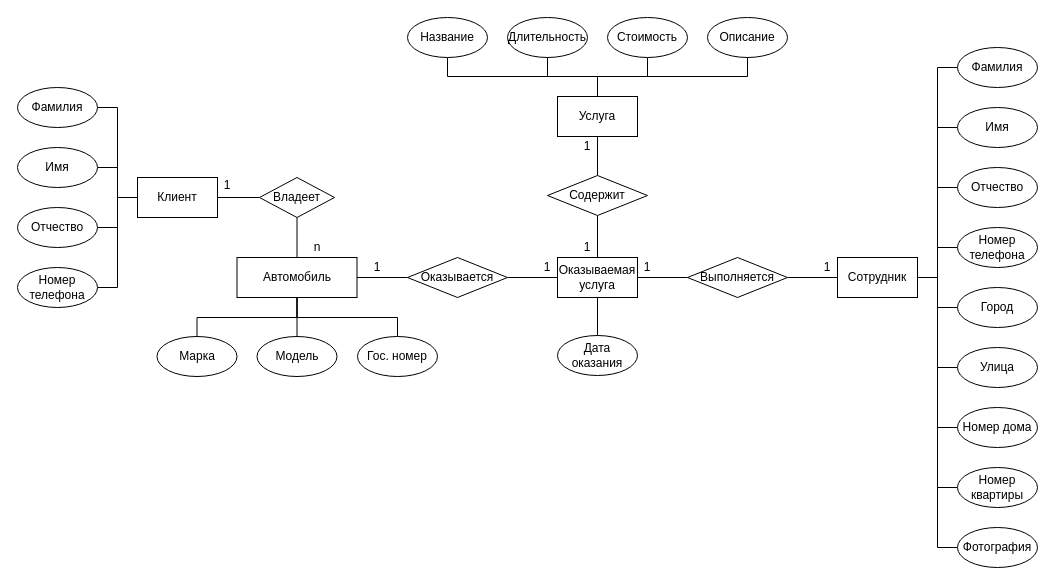
Earlier version of the draw.io diagram Concept.drawio (Mejioy/SUBD). Source tidied: cells renumbered, new cells numbered last; positions are measured from the earlier drawing's top-left corner, leaving out a move shared by most shapes. Both pictures are drawn from the tidied source at 100%, with x=0, y=0 at pixel (17, 17).
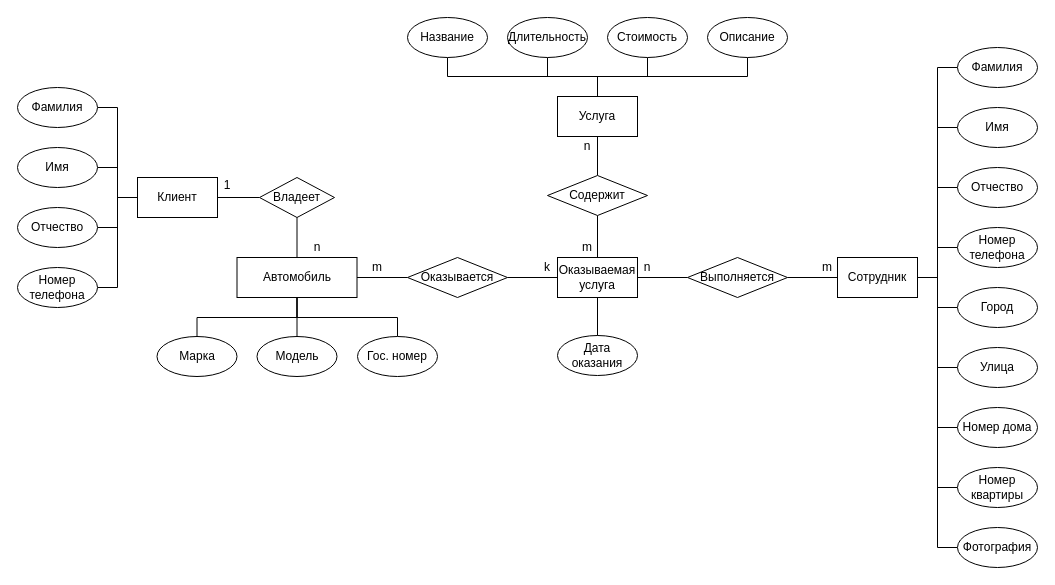
Above is the later version.

The edit, as a diff of the source:
```diff
@@
-    <mxCell id="62" value="1" style="text;html=1;strokeColor=none;fillColor=none;align=center;verticalAlign=middle;whiteSpace=wrap;rounded=0;" parent="1" vertex="1">
+    <mxCell id="62" value="m" style="text;html=1;strokeColor=none;fillColor=none;align=center;verticalAlign=middle;whiteSpace=wrap;rounded=0;" parent="1" vertex="1">
       <mxGeometry x="350" y="240" width="20" height="20" as="geometry" />
     </mxCell>
-    <mxCell id="63" value="1" style="text;html=1;strokeColor=none;fillColor=none;align=center;verticalAlign=middle;whiteSpace=wrap;rounded=0;" parent="1" vertex="1">
+    <mxCell id="63" value="k" style="text;html=1;strokeColor=none;fillColor=none;align=center;verticalAlign=middle;whiteSpace=wrap;rounded=0;" parent="1" vertex="1">
       <mxGeometry x="520" y="240" width="20" height="20" as="geometry" />
     </mxCell>
-    <mxCell id="64" value="1" style="text;html=1;strokeColor=none;fillColor=none;align=center;verticalAlign=middle;whiteSpace=wrap;rounded=0;" parent="1" vertex="1">
+    <mxCell id="64" value="n" style="text;html=1;strokeColor=none;fillColor=none;align=center;verticalAlign=middle;whiteSpace=wrap;rounded=0;" parent="1" vertex="1">
       <mxGeometry x="560" y="119" width="20" height="20" as="geometry" />
     </mxCell>
-    <mxCell id="65" value="1" style="text;html=1;strokeColor=none;fillColor=none;align=center;verticalAlign=middle;whiteSpace=wrap;rounded=0;" parent="1" vertex="1">
+    <mxCell id="65" value="m" style="text;html=1;strokeColor=none;fillColor=none;align=center;verticalAlign=middle;whiteSpace=wrap;rounded=0;" parent="1" vertex="1">
       <mxGeometry x="560" y="220" width="20" height="20" as="geometry" />
     </mxCell>
-    <mxCell id="66" value="1" style="text;html=1;strokeColor=none;fillColor=none;align=center;verticalAlign=middle;whiteSpace=wrap;rounded=0;" parent="1" vertex="1">
+    <mxCell id="66" value="n" style="text;html=1;strokeColor=none;fillColor=none;align=center;verticalAlign=middle;whiteSpace=wrap;rounded=0;" parent="1" vertex="1">
       <mxGeometry x="620" y="240" width="20" height="20" as="geometry" />
     </mxCell>
-    <mxCell id="67" value="1" style="text;html=1;strokeColor=none;fillColor=none;align=center;verticalAlign=middle;whiteSpace=wrap;rounded=0;" parent="1" vertex="1">
+    <mxCell id="67" value="m" style="text;html=1;strokeColor=none;fillColor=none;align=center;verticalAlign=middle;whiteSpace=wrap;rounded=0;" parent="1" vertex="1">
       <mxGeometry x="800" y="240" width="20" height="20" as="geometry" />
     </mxCell>
```
